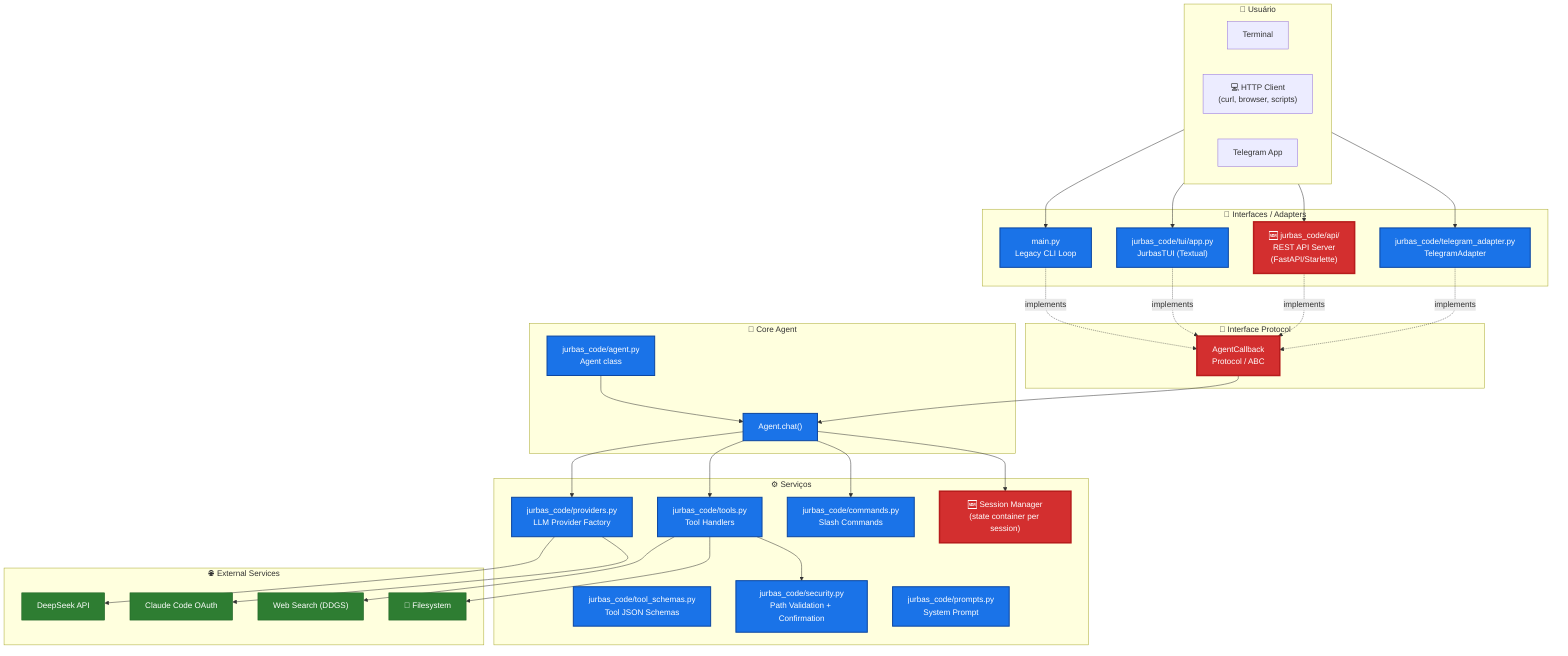
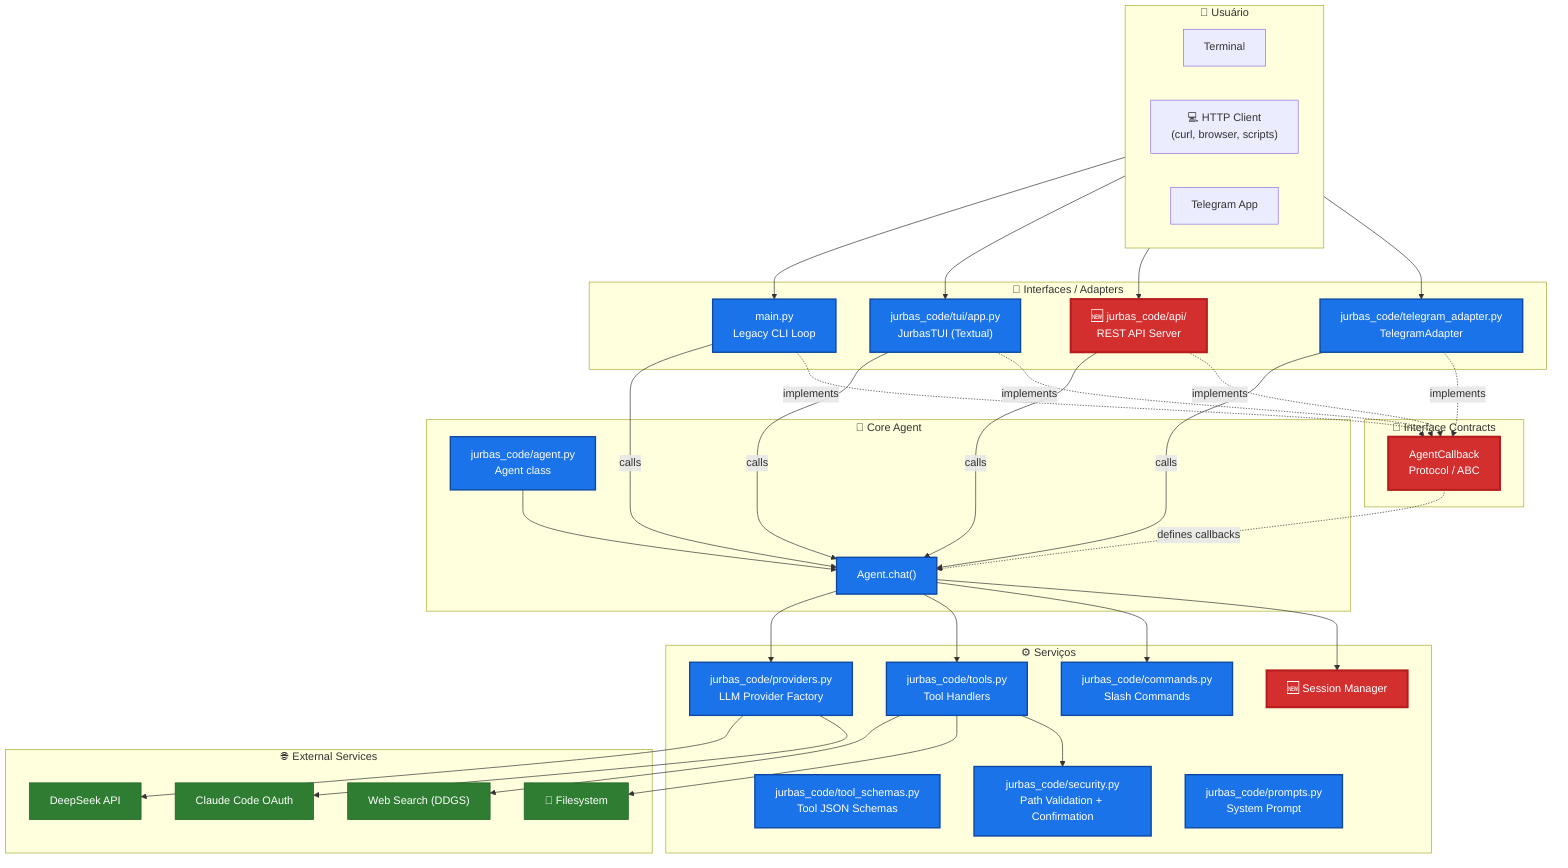
flowchart TB
    subgraph User["👤 Usuário"]
        direction LR
        U1[Terminal]
        U2["💻 HTTP Client<br/>(curl, browser, scripts)"]
        U3[Telegram App]
    end

    subgraph Interfaces["🎨 Interfaces / Adapters"]
        CLI["main.py<br/>Legacy CLI Loop"]
        TUI["jurbas_code/tui/app.py<br/>JurbasTUI (Textual)"]
        TG["jurbas_code/telegram_adapter.py<br/>TelegramAdapter"]
-         API["🆕 jurbas_code/api/<br/>REST API Server<br/>(FastAPI/Starlette)"]
+         API["🆕 jurbas_code/api/<br/>REST API Server"]
    end

-     subgraph IFACE_PROTOCOL["🔌 Interface Protocol"]
+     subgraph CONTRACTS["🔌 Interface Contracts"]
        PROTO["AgentCallback<br/>Protocol / ABC"]
    end

    subgraph Core["🧠 Core Agent"]
        AGENT["jurbas_code/agent.py<br/>Agent class"]
        AGENT_CHAT["Agent.chat()"]
    end

    subgraph Services["⚙️ Serviços"]
        PROV["jurbas_code/providers.py<br/>LLM Provider Factory"]
        TOOLS["jurbas_code/tools.py<br/>Tool Handlers"]
        SCHEMAS["jurbas_code/tool_schemas.py<br/>Tool JSON Schemas"]
        SEC["jurbas_code/security.py<br/>Path Validation + Confirmation"]
        PROMPTS["jurbas_code/prompts.py<br/>System Prompt"]
        CMDS["jurbas_code/commands.py<br/>Slash Commands"]
-         SESSION_MGR["🆕 Session Manager<br/>(state container per session)"]
+         SESSION_MGR["🆕 Session Manager"]
    end

    subgraph External["🌐 External Services"]
        LLM_DP["DeepSeek API"]
        LLM_CL["Claude Code OAuth"]
        WEB["Web Search (DDGS)"]
        FS["📁 Filesystem"]
    end

    U1 --> CLI
    U1 --> TUI
    U2 --> API
    U3 --> TG

+     CLI -->|calls| AGENT_CHAT
+     TUI -->|calls| AGENT_CHAT
+     TG -->|calls| AGENT_CHAT
+     API -->|calls| AGENT_CHAT
+ 
    CLI -.->|implements| PROTO
    TUI -.->|implements| PROTO
    TG -.->|implements| PROTO
    API -.->|implements| PROTO

-     PROTO --> AGENT_CHAT
+     PROTO -.->|defines callbacks| AGENT_CHAT

    AGENT --> AGENT_CHAT
    AGENT_CHAT --> PROV
    AGENT_CHAT --> TOOLS
    AGENT_CHAT --> CMDS
    AGENT_CHAT --> SESSION_MGR

    PROV --> LLM_DP
    PROV --> LLM_CL
    TOOLS --> WEB
    TOOLS --> FS
    TOOLS --> SEC

    classDef current fill:#1a73e8,color:#fff,stroke:#0d47a1,stroke-width:2px
    classDef external fill:#2e7d32,color:#fff,stroke:#1b5e20,stroke-width:1px
    classDef new fill:#d32f2f,color:#fff,stroke:#b71c1c,stroke-width:3px

    class CLI,TUI,TG,AGENT,AGENT_CHAT,PROV,TOOLS,SCHEMAS,SEC,PROMPTS,CMDS current
    class LLM_DP,LLM_CL,WEB,FS external
    class API,PROTO,SESSION_MGR new
